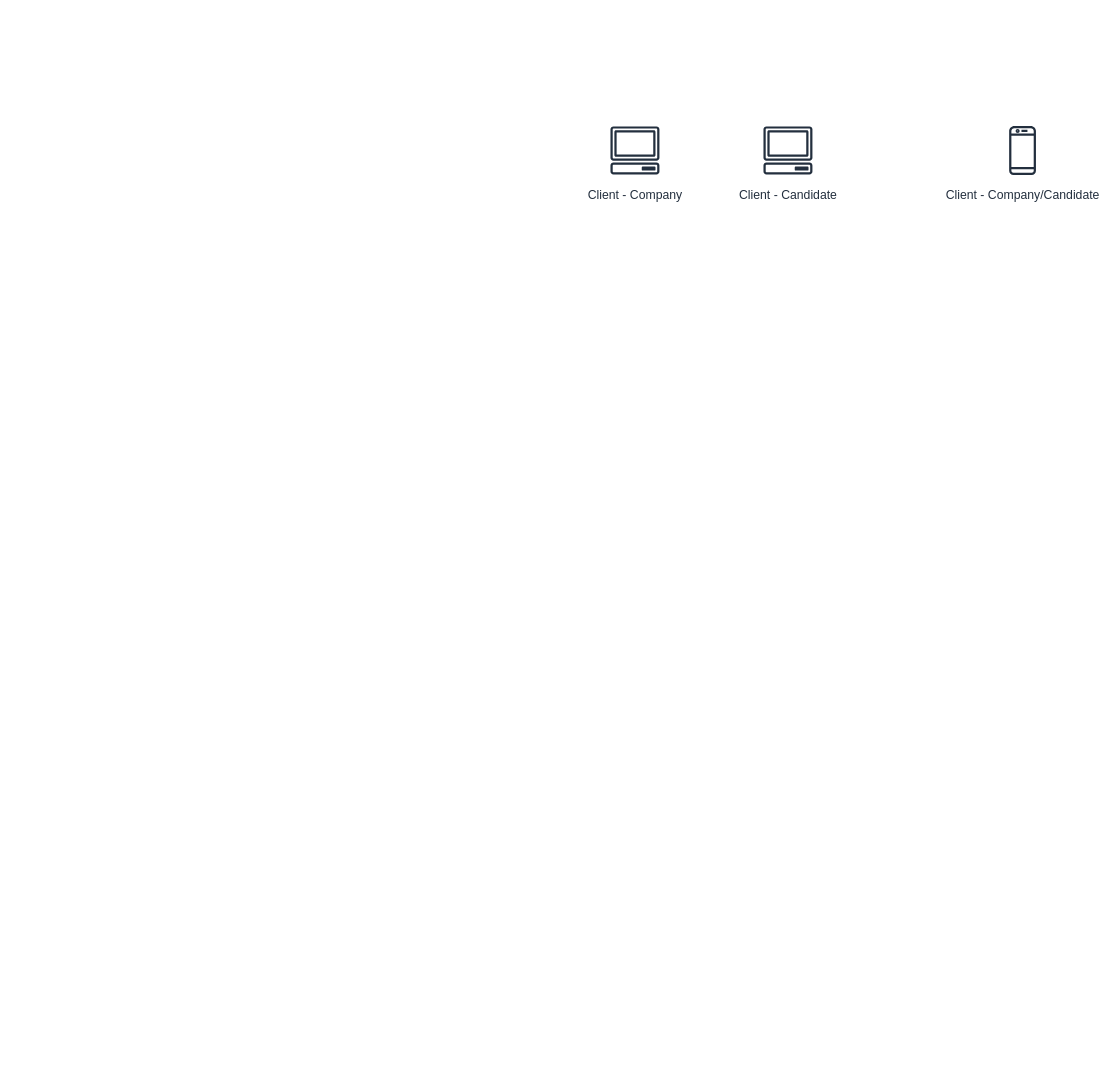
lmaero/MISW-4501-ABCJobs-Grupo1 keeps this draw.io diagram as semana-2/Deployment Diagram.drawio. Above is the earlier version. Source tidied: cells renumbered, new cells numbered last; positions are measured from the earlier drawing's top-left corner, leaving out a move shared by most shapes. Both pictures are drawn from the tidied source at 102%, with x=0, y=0 at pixel (604, 119). Pictures stored in the file or linked from it are replaced by grey dashed boxes.
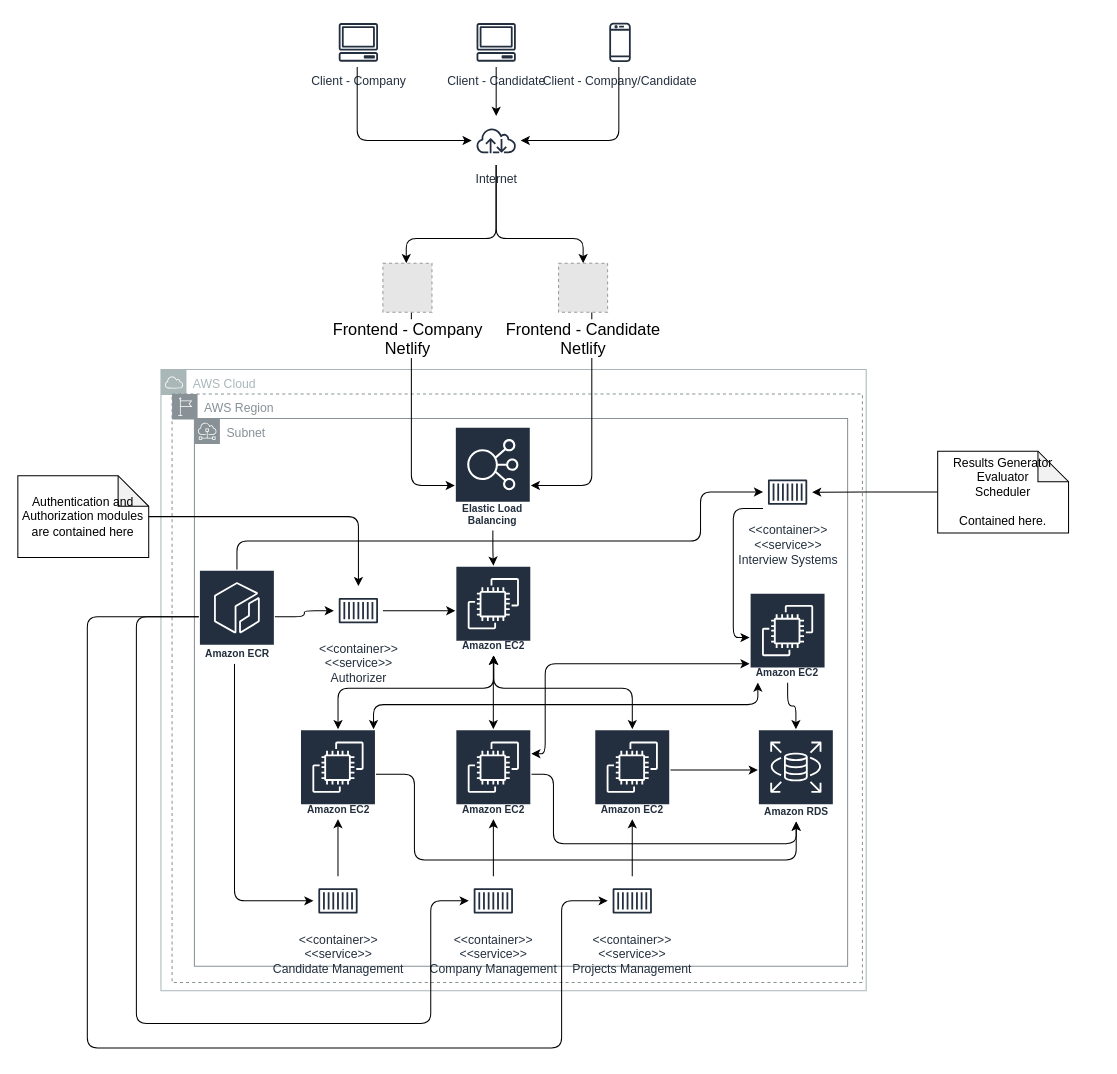
Above is the later version.

Diff of the diagram source:
```diff
@@
+    <mxCell id="5" style="group;" parent="1" vertex="1">
+      <mxGeometry x="-575" y="-100" width="1030" height="1010" as="geometry" />
+    </mxCell>
+    <mxCell id="6" style="group;" parent="5" vertex="1">
+      <mxGeometry x="140.3" y="200.4" width="691.4" height="753.5" as="geometry" />
+    </mxCell>
+    <mxCell id="7" value="AWS Cloud" style="gradientColor=none;html=1;whiteSpace=wrap;fontSize=12;fontStyle=0;shape=mxgraph.aws4.group;grIcon=mxgraph.aws4.group_aws_cloud;strokeColor=#AAB7B8;fillColor=none;verticalAlign=top;align=left;spacingLeft=30;fontColor=#AAB7B8;dashed=0;rounded=1;" parent="6" vertex="1">
+      <mxGeometry y="144.3" width="691.4" height="609.2" as="geometry" />
+    </mxCell>
+    <mxCell id="8" value="AWS Region" style="gradientColor=none;html=1;whiteSpace=wrap;fontSize=12;fontStyle=0;shape=mxgraph.aws4.group;grIcon=mxgraph.aws4.group_region;strokeColor=#879196;fillColor=none;verticalAlign=top;align=left;spacingLeft=30;fontColor=#879196;dashed=1;rounded=1;" parent="6" vertex="1">
+      <mxGeometry x="10.9" y="168.3" width="676.8" height="577.1" as="geometry" />
+    </mxCell>
+    <mxCell id="9" value="Subnet" style="gradientColor=none;html=1;whiteSpace=wrap;fontSize=12;fontStyle=0;shape=mxgraph.aws4.group;grIcon=mxgraph.aws4.group_subnet;strokeColor=#879196;fillColor=none;verticalAlign=top;align=left;spacingLeft=30;fontColor=#879196;dashed=0;rounded=1;" parent="6" vertex="1">
+      <mxGeometry x="32.8" y="192.4" width="640.4" height="537.1" as="geometry" />
+    </mxCell>
+    <mxCell id="10" style="edgeStyle=orthogonalEdgeStyle;rounded=1;jettySize=auto;html=1;" parent="6" edge="1" source="12" target="24">
+      <mxGeometry relative="1" as="geometry">
+        <Array as="points">
+          <mxPoint x="248.5" y="541.1" />
+          <mxPoint x="248.5" y="625.2" />
+          <mxPoint x="622.8" y="625.2" />
+        </Array>
+      </mxGeometry>
+    </mxCell>
+    <mxCell id="11" style="edgeStyle=orthogonalEdgeStyle;rounded=1;jettySize=auto;html=1;startArrow=classic;startFill=1;" parent="6" edge="1" source="12" target="26">
+      <mxGeometry relative="1" as="geometry">
+        <Array as="points">
+          <mxPoint x="208.4" y="472.9" />
+          <mxPoint x="585.2" y="472.9" />
+        </Array>
+      </mxGeometry>
+    </mxCell>
+    <mxCell id="12" value="Amazon EC2&lt;br&gt;" style="outlineConnect=0;fontColor=#232F3E;gradientColor=none;strokeColor=#ffffff;fillColor=#232F3E;dashed=0;verticalLabelPosition=middle;verticalAlign=bottom;align=center;html=1;whiteSpace=wrap;fontSize=10;fontStyle=1;spacing=3;shape=mxgraph.aws4.productIcon;prIcon=mxgraph.aws4.ec2;rounded=1;" parent="6" vertex="1">
+      <mxGeometry x="136.3" y="497" width="74.5" height="88.2" as="geometry" />
+    </mxCell>
+    <mxCell id="13" style="edgeStyle=orthogonalEdgeStyle;rounded=1;jettySize=auto;html=1;" parent="6" edge="1" source="14" target="12">
+      <mxGeometry relative="1" as="geometry" />
+    </mxCell>
+    <mxCell id="14" value="&amp;lt;&amp;lt;container&amp;gt;&amp;gt;&lt;br&gt;&amp;lt;&amp;lt;service&amp;gt;&amp;gt;&lt;br&gt;Candidate Management" style="outlineConnect=0;fontColor=#232F3E;gradientColor=none;strokeColor=#232F3E;fillColor=#ffffff;dashed=0;verticalLabelPosition=bottom;verticalAlign=top;align=center;html=1;fontSize=12;fontStyle=0;shape=mxgraph.aws4.resourceIcon;resIcon=mxgraph.aws4.container_1;rounded=1;" parent="6" vertex="1">
+      <mxGeometry x="149.5" y="641.3" width="48.1" height="48.1" as="geometry" />
+    </mxCell>
+    <mxCell id="15" style="edgeStyle=orthogonalEdgeStyle;rounded=1;jettySize=auto;html=1;" parent="6" edge="1" source="17" target="24">
+      <mxGeometry relative="1" as="geometry">
+        <Array as="points">
+          <mxPoint x="384.8" y="541.1" />
+          <mxPoint x="384.8" y="609.2" />
+          <mxPoint x="622.8" y="609.2" />
+        </Array>
+      </mxGeometry>
+    </mxCell>
+    <mxCell id="16" style="edgeStyle=orthogonalEdgeStyle;rounded=1;jettySize=auto;html=1;startArrow=classic;startFill=1;" parent="6" edge="1" source="17" target="26">
+      <mxGeometry relative="1" as="geometry">
+        <Array as="points">
+          <mxPoint x="376.7" y="521" />
+          <mxPoint x="376.7" y="432.9" />
+        </Array>
+      </mxGeometry>
+    </mxCell>
+    <mxCell id="17" value="Amazon EC2&lt;br&gt;" style="outlineConnect=0;fontColor=#232F3E;gradientColor=none;strokeColor=#ffffff;fillColor=#232F3E;dashed=0;verticalLabelPosition=middle;verticalAlign=bottom;align=center;html=1;whiteSpace=wrap;fontSize=10;fontStyle=1;spacing=3;shape=mxgraph.aws4.productIcon;prIcon=mxgraph.aws4.ec2;rounded=1;" parent="6" vertex="1">
+      <mxGeometry x="288.6" y="497" width="74.5" height="88.2" as="geometry" />
+    </mxCell>
+    <mxCell id="18" style="edgeStyle=orthogonalEdgeStyle;rounded=1;jettySize=auto;html=1;" parent="6" edge="1" source="19" target="17">
+      <mxGeometry relative="1" as="geometry" />
+    </mxCell>
+    <mxCell id="19" value="&amp;lt;&amp;lt;container&amp;gt;&amp;gt;&lt;br&gt;&amp;lt;&amp;lt;service&amp;gt;&amp;gt;&lt;br&gt;Company&amp;nbsp;Management" style="outlineConnect=0;fontColor=#232F3E;gradientColor=none;strokeColor=#232F3E;fillColor=#ffffff;dashed=0;verticalLabelPosition=bottom;verticalAlign=top;align=center;html=1;fontSize=12;fontStyle=0;shape=mxgraph.aws4.resourceIcon;resIcon=mxgraph.aws4.container_1;rounded=1;" parent="6" vertex="1">
+      <mxGeometry x="301.8" y="641.3" width="48.1" height="48.1" as="geometry" />
+    </mxCell>
+    <mxCell id="20" style="edgeStyle=orthogonalEdgeStyle;rounded=1;jettySize=auto;html=1;" parent="6" edge="1" source="21" target="24">
+      <mxGeometry relative="1" as="geometry">
+        <Array as="points">
+          <mxPoint x="521" y="537.1" />
+          <mxPoint x="521" y="537.1" />
+        </Array>
+      </mxGeometry>
+    </mxCell>
+    <mxCell id="21" value="Amazon EC2&lt;br&gt;" style="outlineConnect=0;fontColor=#232F3E;gradientColor=none;strokeColor=#ffffff;fillColor=#232F3E;dashed=0;verticalLabelPosition=middle;verticalAlign=bottom;align=center;html=1;whiteSpace=wrap;fontSize=10;fontStyle=1;spacing=3;shape=mxgraph.aws4.productIcon;prIcon=mxgraph.aws4.ec2;rounded=1;" parent="6" vertex="1">
+      <mxGeometry x="424.8" y="497" width="74.5" height="88.2" as="geometry" />
+    </mxCell>
+    <mxCell id="22" style="edgeStyle=orthogonalEdgeStyle;rounded=1;jettySize=auto;html=1;" parent="6" edge="1" source="23" target="21">
+      <mxGeometry relative="1" as="geometry" />
+    </mxCell>
+    <mxCell id="23" value="&amp;lt;&amp;lt;container&amp;gt;&amp;gt;&lt;br&gt;&amp;lt;&amp;lt;service&amp;gt;&amp;gt;&lt;br&gt;Projects Management" style="outlineConnect=0;fontColor=#232F3E;gradientColor=none;strokeColor=#232F3E;fillColor=#ffffff;dashed=0;verticalLabelPosition=bottom;verticalAlign=top;align=center;html=1;fontSize=12;fontStyle=0;shape=mxgraph.aws4.resourceIcon;resIcon=mxgraph.aws4.container_1;rounded=1;" parent="6" vertex="1">
+      <mxGeometry x="438" y="641.3" width="48.1" height="48.1" as="geometry" />
+    </mxCell>
+    <mxCell id="24" value="Amazon RDS" style="outlineConnect=0;fontColor=#232F3E;gradientColor=none;strokeColor=#ffffff;fillColor=#232F3E;dashed=0;verticalLabelPosition=middle;verticalAlign=bottom;align=center;html=1;whiteSpace=wrap;fontSize=10;fontStyle=1;spacing=3;shape=mxgraph.aws4.productIcon;prIcon=mxgraph.aws4.rds;rounded=1;" parent="6" vertex="1">
+      <mxGeometry x="585.2" y="497" width="74.5" height="90.5" as="geometry" />
+    </mxCell>
+    <mxCell id="25" style="edgeStyle=orthogonalEdgeStyle;rounded=1;jettySize=auto;html=1;" parent="6" edge="1" source="26" target="24">
+      <mxGeometry relative="1" as="geometry" />
+    </mxCell>
+    <mxCell id="26" value="Amazon EC2&lt;br&gt;" style="outlineConnect=0;fontColor=#232F3E;gradientColor=none;strokeColor=#ffffff;fillColor=#232F3E;dashed=0;verticalLabelPosition=middle;verticalAlign=bottom;align=center;html=1;whiteSpace=wrap;fontSize=10;fontStyle=1;spacing=3;shape=mxgraph.aws4.productIcon;prIcon=mxgraph.aws4.ec2;rounded=1;" parent="6" vertex="1">
+      <mxGeometry x="577.1" y="363.1" width="74.5" height="88.2" as="geometry" />
+    </mxCell>
+    <mxCell id="27" style="edgeStyle=orthogonalEdgeStyle;rounded=1;jettySize=auto;html=1;" parent="6" edge="1" source="28" target="26">
+      <mxGeometry relative="1" as="geometry">
+        <Array as="points">
+          <mxPoint x="561.1" y="280.6" />
+          <mxPoint x="561.1" y="407.2" />
+        </Array>
+      </mxGeometry>
+    </mxCell>
+    <mxCell id="28" value="&amp;lt;&amp;lt;container&amp;gt;&amp;gt;&lt;br&gt;&amp;lt;&amp;lt;service&amp;gt;&amp;gt;&lt;br&gt;Interview Systems" style="outlineConnect=0;fontColor=#232F3E;gradientColor=none;strokeColor=#232F3E;fillColor=#ffffff;dashed=0;verticalLabelPosition=bottom;verticalAlign=top;align=center;html=1;fontSize=12;fontStyle=0;shape=mxgraph.aws4.resourceIcon;resIcon=mxgraph.aws4.container_1;rounded=1;" parent="6" vertex="1">
+      <mxGeometry x="590.3" y="240.5" width="48.1" height="48.1" as="geometry" />
+    </mxCell>
-    <mxCell id="2" value="Client - Candidate" style="sketch=0;outlineConnect=0;fontColor=#232F3E;gradientColor=none;strokeColor=#232F3E;fillColor=#ffffff;dashed=0;verticalLabelPosition=bottom;verticalAlign=top;align=center;html=1;fontSize=12;fontStyle=0;shape=mxgraph.aws4.resourceIcon;resIcon=mxgraph.aws4.client;" parent="1" vertex="1">
-      <mxGeometry x="150" width="60" height="60" as="geometry" />
+    <mxCell id="2" value="Client - Candidate" style="outlineConnect=0;fontColor=#232F3E;gradientColor=none;strokeColor=#232F3E;fillColor=#ffffff;dashed=0;verticalLabelPosition=bottom;verticalAlign=top;align=center;html=1;fontSize=12;fontStyle=0;shape=mxgraph.aws4.resourceIcon;resIcon=mxgraph.aws4.client;rounded=1;" parent="5" vertex="1">
+      <mxGeometry x="444.9" width="48.1" height="48.1" as="geometry" />
     </mxCell>
-    <mxCell id="3" value="Client - Company/Candidate" style="sketch=0;outlineConnect=0;fontColor=#232F3E;gradientColor=none;strokeColor=#232F3E;fillColor=#ffffff;dashed=0;verticalLabelPosition=bottom;verticalAlign=top;align=center;html=1;fontSize=12;fontStyle=0;shape=mxgraph.aws4.resourceIcon;resIcon=mxgraph.aws4.mobile_client;" parent="1" vertex="1">
-      <mxGeometry x="380" width="60" height="60" as="geometry" />
+    <mxCell id="3" value="Client - Company/Candidate" style="outlineConnect=0;fontColor=#232F3E;gradientColor=none;strokeColor=#232F3E;fillColor=#ffffff;dashed=0;verticalLabelPosition=bottom;verticalAlign=top;align=center;html=1;fontSize=12;fontStyle=0;shape=mxgraph.aws4.resourceIcon;resIcon=mxgraph.aws4.mobile_client;rounded=1;" parent="5" vertex="1">
+      <mxGeometry x="566.3" width="48.1" height="48.1" as="geometry" />
     </mxCell>
-    <mxCell id="4" value="Client - Company" style="sketch=0;outlineConnect=0;fontColor=#232F3E;gradientColor=none;strokeColor=#232F3E;fillColor=#ffffff;dashed=0;verticalLabelPosition=bottom;verticalAlign=top;align=center;html=1;fontSize=12;fontStyle=0;shape=mxgraph.aws4.resourceIcon;resIcon=mxgraph.aws4.client;" parent="1" vertex="1">
-      <mxGeometry width="60" height="60" as="geometry" />
+    <mxCell id="4" value="Client - Company" style="outlineConnect=0;fontColor=#232F3E;gradientColor=none;strokeColor=#232F3E;fillColor=#ffffff;dashed=0;verticalLabelPosition=bottom;verticalAlign=top;align=center;html=1;fontSize=12;fontStyle=0;shape=mxgraph.aws4.resourceIcon;resIcon=mxgraph.aws4.client;rounded=1;" parent="5" vertex="1">
+      <mxGeometry x="309.8" width="48.1" height="48.1" as="geometry" />
     </mxCell>
+    <mxCell id="29" style="edgeStyle=orthogonalEdgeStyle;rounded=1;jettySize=auto;html=1;startArrow=classic;startFill=1;endArrow=none;endFill=0;" parent="5" edge="1" source="30" target="2">
+      <mxGeometry relative="1" as="geometry" />
+    </mxCell>
+    <mxCell id="30" value="Internet" style="outlineConnect=0;fontColor=#232F3E;gradientColor=none;strokeColor=#232F3E;fillColor=#ffffff;dashed=0;verticalLabelPosition=bottom;verticalAlign=top;align=center;html=1;fontSize=12;fontStyle=0;shape=mxgraph.aws4.resourceIcon;resIcon=mxgraph.aws4.internet;rounded=1;" parent="5" vertex="1">
+      <mxGeometry x="444.9" y="96.2" width="48.1" height="48.1" as="geometry" />
+    </mxCell>
+    <mxCell id="31" style="edgeStyle=orthogonalEdgeStyle;rounded=1;jettySize=auto;html=1;" parent="5" edge="1" source="3" target="30">
+      <mxGeometry relative="1" as="geometry">
+        <Array as="points">
+          <mxPoint x="589.2" y="120.2" />
+        </Array>
+      </mxGeometry>
+    </mxCell>
+    <mxCell id="32" style="edgeStyle=orthogonalEdgeStyle;rounded=1;jettySize=auto;html=1;" parent="5" edge="1" source="4" target="30">
+      <mxGeometry relative="1" as="geometry">
+        <Array as="points">
+          <mxPoint x="332.7" y="120.2" />
+        </Array>
+      </mxGeometry>
+    </mxCell>
+    <mxCell id="33" style="edgeStyle=orthogonalEdgeStyle;rounded=1;jettySize=auto;html=1;endArrow=none;endFill=0;startArrow=classic;startFill=1;" parent="5" edge="1" source="43" target="30">
+      <mxGeometry relative="1" as="geometry">
+        <Array as="points">
+          <mxPoint x="380.8" y="216.4" />
+          <mxPoint x="468.9" y="216.4" />
+        </Array>
+      </mxGeometry>
+    </mxCell>
+    <mxCell id="34" style="edgeStyle=orthogonalEdgeStyle;rounded=1;jettySize=auto;html=1;startArrow=classic;startFill=1;endArrow=none;endFill=0;" parent="5" edge="1" source="45" target="30">
+      <mxGeometry relative="1" as="geometry">
+        <Array as="points">
+          <mxPoint x="553.9" y="216.4" />
+          <mxPoint x="468.9" y="216.4" />
+        </Array>
+      </mxGeometry>
+    </mxCell>
+    <mxCell id="35" value="Authentication and Authorization modules are contained here" style="shape=note;whiteSpace=wrap;html=1;backgroundOutline=1;darkOpacity=0.05;rounded=1;" parent="5" vertex="1">
+      <mxGeometry y="448.9" width="128.3" height="80.2" as="geometry" />
+    </mxCell>
+    <mxCell id="36" style="edgeStyle=orthogonalEdgeStyle;rounded=1;jettySize=auto;html=1;" parent="5" edge="1" source="40" target="14">
+      <mxGeometry relative="1" as="geometry">
+        <Array as="points">
+          <mxPoint x="212.4" y="865.7" />
+        </Array>
+      </mxGeometry>
+    </mxCell>
+    <mxCell id="37" style="edgeStyle=orthogonalEdgeStyle;rounded=1;jettySize=auto;html=1;" parent="5" edge="1" source="40" target="19">
+      <mxGeometry relative="1" as="geometry">
+        <Array as="points">
+          <mxPoint x="116.2" y="587.6" />
+          <mxPoint x="116.2" y="986" />
+          <mxPoint x="404.8" y="986" />
+          <mxPoint x="404.8" y="865.7" />
+        </Array>
+      </mxGeometry>
+    </mxCell>
+    <mxCell id="38" style="edgeStyle=orthogonalEdgeStyle;rounded=1;jettySize=auto;html=1;" parent="5" edge="1" source="40" target="23">
+      <mxGeometry relative="1" as="geometry">
+        <Array as="points">
+          <mxPoint x="68.1" y="587.6" />
+          <mxPoint x="68.1" y="1010" />
+          <mxPoint x="533.1" y="1010" />
+          <mxPoint x="533.1" y="865.7" />
+        </Array>
+      </mxGeometry>
+    </mxCell>
+    <mxCell id="39" style="edgeStyle=orthogonalEdgeStyle;rounded=1;jettySize=auto;html=1;" parent="5" edge="1" source="40" target="28">
+      <mxGeometry relative="1" as="geometry">
+        <Array as="points">
+          <mxPoint x="214.8" y="513" />
+          <mxPoint x="669.3" y="513" />
+          <mxPoint x="669.3" y="464.9" />
+        </Array>
+      </mxGeometry>
+    </mxCell>
+    <mxCell id="40" value="Amazon ECR" style="outlineConnect=0;fontColor=#232F3E;gradientColor=none;strokeColor=#ffffff;fillColor=#232F3E;dashed=0;verticalLabelPosition=middle;verticalAlign=bottom;align=center;html=1;whiteSpace=wrap;fontSize=10;fontStyle=1;spacing=3;shape=mxgraph.aws4.productIcon;prIcon=mxgraph.aws4.ecr;rounded=1;" parent="5" vertex="1">
+      <mxGeometry x="177.5" y="541.1" width="74.5" height="92.2" as="geometry" />
+    </mxCell>
+    <mxCell id="41" value="Elastic Load Balancing" style="outlineConnect=0;fontColor=#232F3E;gradientColor=none;strokeColor=#ffffff;fillColor=#232F3E;dashed=0;verticalLabelPosition=middle;verticalAlign=bottom;align=center;html=1;whiteSpace=wrap;fontSize=10;fontStyle=1;spacing=3;shape=mxgraph.aws4.productIcon;prIcon=mxgraph.aws4.elastic_load_balancing;rounded=1;" parent="5" vertex="1">
+      <mxGeometry x="428.4" y="400.8" width="74.5" height="101.9" as="geometry" />
+    </mxCell>
+    <mxCell id="42" style="edgeStyle=orthogonalEdgeStyle;rounded=1;jettySize=auto;html=1;" parent="5" edge="1" source="43" target="41">
+      <mxGeometry relative="1" as="geometry">
+        <Array as="points">
+          <mxPoint x="385.8" y="458.5" />
+        </Array>
+      </mxGeometry>
+    </mxCell>
+    <mxCell id="43" value="Frontend - Company&lt;br&gt;Netlify" style="fillColor=#E6E6E6;strokeColor=#999999;dashed=1;html=1;verticalAlign=top;verticalLabelPosition=bottom;labelBackgroundColor=#ffffff;fontSize=16;" parent="5" vertex="1">
+      <mxGeometry x="357.9" y="240.5" width="48.1" height="48.1" as="geometry" />
+    </mxCell>
+    <mxCell id="44" style="edgeStyle=orthogonalEdgeStyle;rounded=1;jettySize=auto;html=1;" parent="5" edge="1" source="45" target="41">
+      <mxGeometry relative="1" as="geometry">
+        <Array as="points">
+          <mxPoint x="562.7" y="458.5" />
+        </Array>
+      </mxGeometry>
+    </mxCell>
+    <mxCell id="45" value="Frontend - Candidate&lt;br&gt;Netlify" style="fillColor=#E6E6E6;strokeColor=#999999;dashed=1;html=1;verticalAlign=top;verticalLabelPosition=bottom;labelBackgroundColor=#ffffff;fontSize=16;" parent="5" vertex="1">
+      <mxGeometry x="530.1" y="240.5" width="48.1" height="48.1" as="geometry" />
+    </mxCell>
+    <mxCell id="46" style="edgeStyle=orthogonalEdgeStyle;rounded=1;jettySize=auto;html=1;startArrow=classic;startFill=1;" parent="5" edge="1" source="47" target="17">
+      <mxGeometry relative="1" as="geometry" />
+    </mxCell>
+    <mxCell id="47" value="Amazon EC2&lt;br&gt;" style="outlineConnect=0;fontColor=#232F3E;gradientColor=none;strokeColor=#ffffff;fillColor=#232F3E;dashed=0;verticalLabelPosition=middle;verticalAlign=bottom;align=center;html=1;whiteSpace=wrap;fontSize=10;fontStyle=1;spacing=3;shape=mxgraph.aws4.productIcon;prIcon=mxgraph.aws4.ec2;rounded=1;" parent="5" vertex="1">
+      <mxGeometry x="428.9" y="537.1" width="74.5" height="88.2" as="geometry" />
+    </mxCell>
+    <mxCell id="48" style="edgeStyle=orthogonalEdgeStyle;rounded=1;jettySize=auto;html=1;" parent="5" edge="1" source="41" target="47">
+      <mxGeometry relative="1" as="geometry" />
+    </mxCell>
+    <mxCell id="49" style="edgeStyle=orthogonalEdgeStyle;rounded=1;jettySize=auto;html=1;" parent="5" edge="1" source="50" target="47">
+      <mxGeometry relative="1" as="geometry" />
+    </mxCell>
+    <mxCell id="50" value="&amp;lt;&amp;lt;container&amp;gt;&amp;gt;&lt;br&gt;&amp;lt;&amp;lt;service&amp;gt;&amp;gt;&lt;br&gt;Authorizer" style="outlineConnect=0;fontColor=#232F3E;gradientColor=none;strokeColor=#232F3E;fillColor=#ffffff;dashed=0;verticalLabelPosition=bottom;verticalAlign=top;align=center;html=1;fontSize=12;fontStyle=0;shape=mxgraph.aws4.resourceIcon;resIcon=mxgraph.aws4.container_1;rounded=1;" parent="5" vertex="1">
+      <mxGeometry x="309.8" y="557.1" width="48.1" height="48.1" as="geometry" />
+    </mxCell>
+    <mxCell id="51" style="edgeStyle=orthogonalEdgeStyle;rounded=1;jettySize=auto;html=1;" parent="5" edge="1" source="35" target="50">
+      <mxGeometry relative="1" as="geometry" />
+    </mxCell>
+    <mxCell id="52" style="edgeStyle=orthogonalEdgeStyle;rounded=1;jettySize=auto;html=1;startArrow=classic;startFill=1;" parent="5" edge="1" source="21" target="47">
+      <mxGeometry relative="1" as="geometry">
+        <Array as="points">
+          <mxPoint x="602.8" y="657.3" />
+          <mxPoint x="466.5" y="657.3" />
+        </Array>
+      </mxGeometry>
+    </mxCell>
+    <mxCell id="53" style="edgeStyle=orthogonalEdgeStyle;rounded=1;jettySize=auto;html=1;" parent="5" edge="1" source="40" target="50">
+      <mxGeometry relative="1" as="geometry" />
+    </mxCell>
+    <mxCell id="54" style="edgeStyle=orthogonalEdgeStyle;rounded=1;jettySize=auto;html=1;startArrow=classic;startFill=1;" parent="5" edge="1" source="12" target="47">
+      <mxGeometry relative="1" as="geometry">
+        <Array as="points">
+          <mxPoint x="314.2" y="657.3" />
+          <mxPoint x="466.5" y="657.3" />
+        </Array>
+      </mxGeometry>
+    </mxCell>
+    <mxCell id="55" style="edgeStyle=orthogonalEdgeStyle;rounded=1;jettySize=auto;html=1;" parent="5" edge="1" source="56" target="28">
+      <mxGeometry relative="1" as="geometry" />
+    </mxCell>
+    <mxCell id="56" value="Results Generator&lt;br&gt;Evaluator&lt;br&gt;Scheduler&lt;br&gt;&lt;br&gt;Contained here." style="shape=note;whiteSpace=wrap;html=1;backgroundOutline=1;darkOpacity=0.05;rounded=1;" parent="5" vertex="1">
+      <mxGeometry x="901.8" y="424.8" width="128.3" height="80.2" as="geometry" />
+    </mxCell>
```
